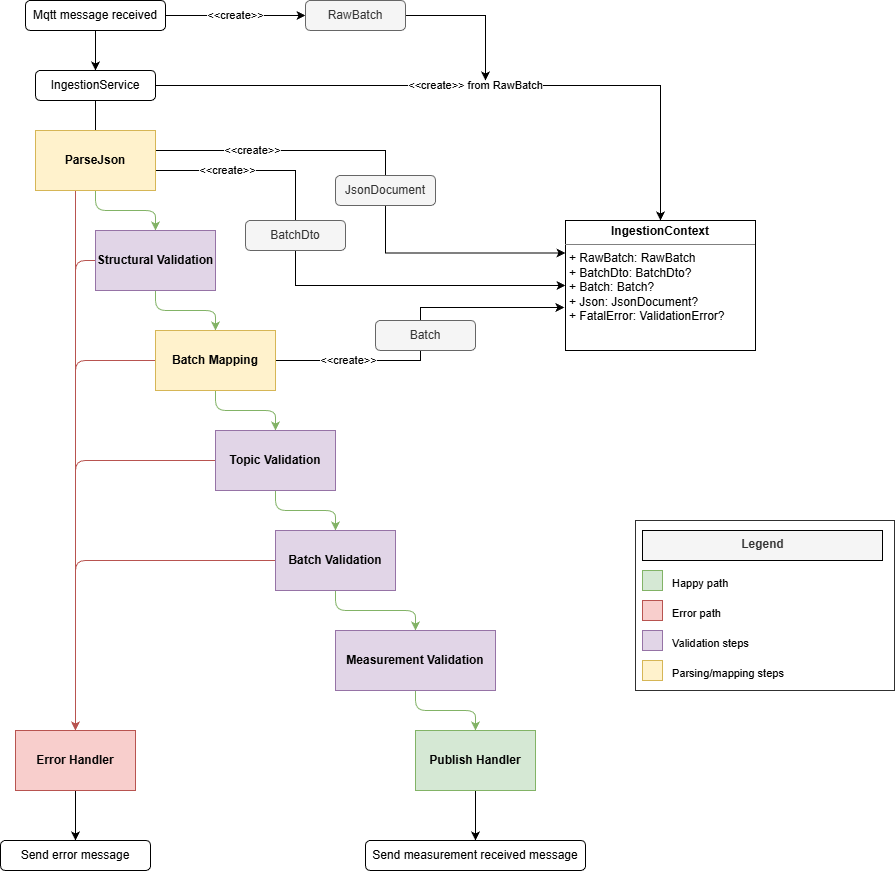
Before: docs/Ingestion/ingestion_sequence_diagram.drawio.png, a diagram exported from draw.io (AlbertPerezB/CagHome). Source tidied: cells renumbered, new cells last; positions are measured from the earlier drawing's top-left corner, leaving out a move shared by most shapes.
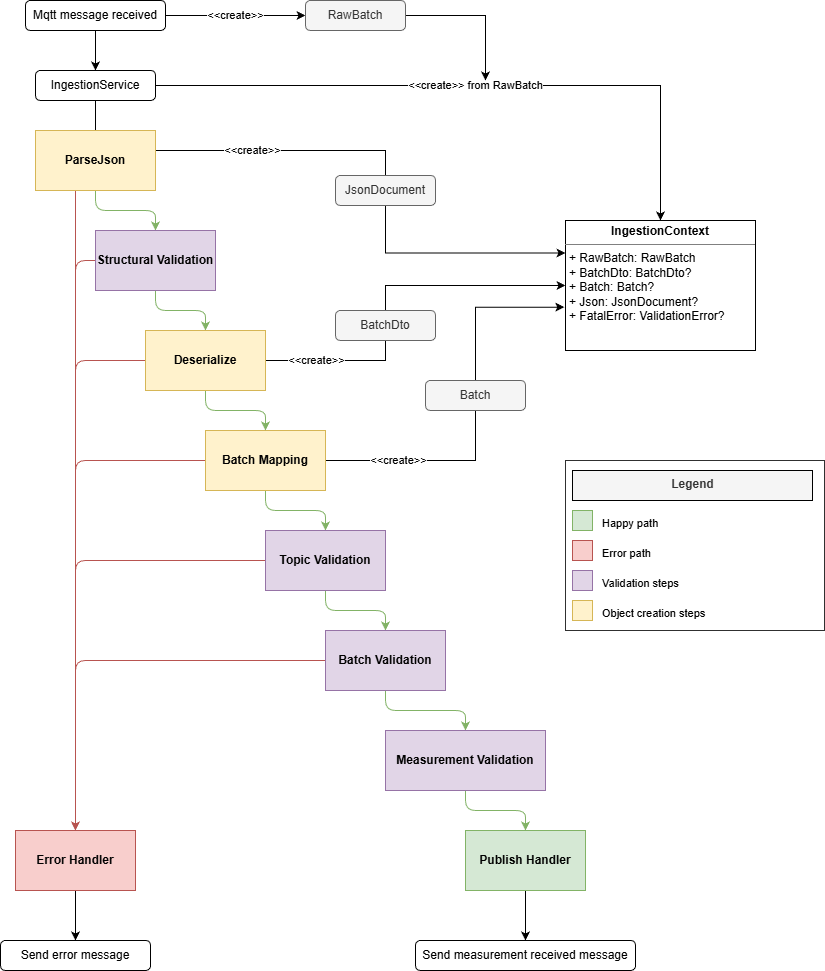
Later version of the same file.

The edit, as a diff of the source:
```diff
@@ -41,18 +41,18 @@
         </Array>
       </mxGeometry>
     </mxCell>
-    <mxCell id="11" value="&amp;lt;&amp;lt;create&amp;gt;&amp;gt;" style="edgeStyle=orthogonalEdgeStyle;rounded=0;jettySize=auto;html=1;entryX=0;entryY=0.5;entryDx=0;entryDy=0;" parent="1" edge="1" source="12" target="34">
+    <mxCell id="11" value="&amp;lt;&amp;lt;create&amp;gt;&amp;gt;" style="edgeStyle=orthogonalEdgeStyle;rounded=0;jettySize=auto;html=1;entryX=0;entryY=0.5;entryDx=0;entryDy=0;exitX=1;exitY=0.5;exitDx=0;exitDy=0;" parent="1" edge="1" source="52" target="34">
       <mxGeometry x="-0.73" relative="1" as="geometry">
         <Array as="points">
-          <mxPoint x="295" y="170" />
-          <mxPoint x="295" y="285" />
+          <mxPoint x="385" y="360" />
+          <mxPoint x="385" y="285" />
         </Array>
       </mxGeometry>
     </mxCell>
     <mxCell id="12" value="&lt;b&gt;ParseJson&lt;/b&gt;" style="rounded=0;whiteSpace=wrap;html=1;fillColor=#fff2cc;strokeColor=#d6b656;" parent="1" vertex="1">
       <mxGeometry x="35" y="130" width="120" height="60" as="geometry" />
     </mxCell>
-    <mxCell id="13" style="edgeStyle=orthogonalEdgeStyle;rounded=1;jettySize=auto;html=1;entryX=0.5;entryY=0;entryDx=0;entryDy=0;fillColor=#d5e8d4;strokeColor=#82b366;curved=0;" parent="1" edge="1" source="15" target="19">
+    <mxCell id="13" style="edgeStyle=orthogonalEdgeStyle;rounded=1;jettySize=auto;html=1;entryX=0.5;entryY=0;entryDx=0;entryDy=0;fillColor=#d5e8d4;strokeColor=#82b366;curved=0;" parent="1" edge="1" source="15" target="52">
       <mxGeometry relative="1" as="geometry" />
     </mxCell>
     <mxCell id="14" style="edgeStyle=orthogonalEdgeStyle;rounded=1;jettySize=auto;html=1;entryX=0.5;entryY=0;entryDx=0;entryDy=0;fillColor=#f8cecc;strokeColor=#b85450;curved=0;" parent="1" edge="1" source="15" target="31">
@@ -71,18 +71,16 @@
     <mxCell id="17" style="edgeStyle=orthogonalEdgeStyle;rounded=1;jettySize=auto;html=1;entryX=0.5;entryY=0;entryDx=0;entryDy=0;curved=0;fillColor=#f8cecc;strokeColor=#b85450;" parent="1" edge="1" source="19" target="31">
       <mxGeometry relative="1" as="geometry" />
     </mxCell>
-    <mxCell id="18" value="&amp;lt;&amp;lt;create&amp;gt;&amp;gt;" style="edgeStyle=orthogonalEdgeStyle;rounded=0;jettySize=auto;html=1;entryX=-0.006;entryY=0.667;entryDx=0;entryDy=0;entryPerimeter=0;" parent="1" edge="1" source="19" target="34">
-      <mxGeometry x="-0.58" relative="1" as="geometry">
+    <mxCell id="18" value="&amp;lt;&amp;lt;create&amp;gt;&amp;gt;" style="edgeStyle=orthogonalEdgeStyle;rounded=0;jettySize=auto;html=1;entryX=-0.006;entryY=0.667;entryDx=0;entryDy=0;entryPerimeter=0;exitX=1;exitY=0.5;exitDx=0;exitDy=0;" parent="1" edge="1" source="19" target="34">
+      <mxGeometry x="-0.63" relative="1" as="geometry">
         <Array as="points">
-          <mxPoint x="420" y="360" />
-          <mxPoint x="420" y="307" />
-          <mxPoint x="564" y="307" />
+          <mxPoint x="475" y="460" />
+          <mxPoint x="475" y="307" />
         </Array>
-        <mxPoint x="1" as="offset" />
       </mxGeometry>
     </mxCell>
     <mxCell id="19" value="&lt;b&gt;Batch Mapping&lt;/b&gt;" style="rounded=0;whiteSpace=wrap;html=1;fillColor=#fff2cc;strokeColor=#d6b656;" parent="1" vertex="1">
-      <mxGeometry x="155" y="330" width="120" height="60" as="geometry" />
+      <mxGeometry x="205" y="430" width="120" height="60" as="geometry" />
     </mxCell>
     <mxCell id="20" style="edgeStyle=orthogonalEdgeStyle;rounded=1;jettySize=auto;html=1;entryX=0.5;entryY=0;entryDx=0;entryDy=0;fillColor=#d5e8d4;strokeColor=#82b366;curved=0;" parent="1" edge="1" source="22" target="25">
       <mxGeometry relative="1" as="geometry" />
@@ -91,7 +89,7 @@
       <mxGeometry relative="1" as="geometry" />
     </mxCell>
     <mxCell id="22" value="&lt;b&gt;Topic Validation&lt;/b&gt;" style="rounded=0;whiteSpace=wrap;html=1;fillColor=#e1d5e7;strokeColor=#9673a6;" parent="1" vertex="1">
-      <mxGeometry x="215" y="430" width="120" height="60" as="geometry" />
+      <mxGeometry x="265" y="530" width="120" height="60" as="geometry" />
     </mxCell>
     <mxCell id="23" style="edgeStyle=orthogonalEdgeStyle;rounded=1;jettySize=auto;html=1;entryX=0.5;entryY=0;entryDx=0;entryDy=0;fillColor=#d5e8d4;strokeColor=#82b366;curved=0;" parent="1" edge="1" source="25" target="27">
       <mxGeometry relative="1" as="geometry" />
@@ -100,33 +98,33 @@
       <mxGeometry relative="1" as="geometry" />
     </mxCell>
     <mxCell id="25" value="&lt;b&gt;Batch Validation&lt;/b&gt;" style="rounded=0;whiteSpace=wrap;html=1;fillColor=#e1d5e7;strokeColor=#9673a6;" parent="1" vertex="1">
-      <mxGeometry x="275" y="530" width="120" height="60" as="geometry" />
+      <mxGeometry x="325" y="630" width="120" height="60" as="geometry" />
     </mxCell>
     <mxCell id="26" style="edgeStyle=orthogonalEdgeStyle;rounded=1;jettySize=auto;html=1;entryX=0.5;entryY=0;entryDx=0;entryDy=0;fillColor=#d5e8d4;strokeColor=#82b366;curved=0;" parent="1" edge="1" source="27" target="29">
       <mxGeometry relative="1" as="geometry" />
     </mxCell>
     <mxCell id="27" value="&lt;b&gt;Measurement Validation&lt;/b&gt;" style="rounded=0;whiteSpace=wrap;html=1;fillColor=#e1d5e7;strokeColor=#9673a6;" parent="1" vertex="1">
-      <mxGeometry x="335" y="630" width="160" height="60" as="geometry" />
+      <mxGeometry x="385" y="730" width="160" height="60" as="geometry" />
     </mxCell>
     <mxCell id="28" style="edgeStyle=orthogonalEdgeStyle;rounded=0;jettySize=auto;html=1;" parent="1" edge="1" source="29">
       <mxGeometry relative="1" as="geometry">
-        <mxPoint x="475" y="840" as="targetPoint" />
+        <mxPoint x="525" y="940" as="targetPoint" />
       </mxGeometry>
     </mxCell>
     <mxCell id="29" value="&lt;b&gt;Publish Handler&lt;/b&gt;" style="rounded=0;whiteSpace=wrap;html=1;fillColor=#d5e8d4;strokeColor=#82b366;" parent="1" vertex="1">
-      <mxGeometry x="415" y="730" width="120" height="60" as="geometry" />
+      <mxGeometry x="465" y="830" width="120" height="60" as="geometry" />
     </mxCell>
     <mxCell id="30" style="edgeStyle=orthogonalEdgeStyle;rounded=0;jettySize=auto;html=1;entryX=0.5;entryY=0;entryDx=0;entryDy=0;" parent="1" edge="1" source="31" target="33">
       <mxGeometry relative="1" as="geometry" />
     </mxCell>
     <mxCell id="31" value="&lt;b&gt;Error Handler&lt;/b&gt;" style="rounded=0;whiteSpace=wrap;html=1;fillColor=#f8cecc;strokeColor=#b85450;" parent="1" vertex="1">
-      <mxGeometry x="15" y="730" width="120" height="60" as="geometry" />
+      <mxGeometry x="15" y="830" width="120" height="60" as="geometry" />
     </mxCell>
     <mxCell id="32" value="Send measurement received message" style="rounded=1;whiteSpace=wrap;html=1;" parent="1" vertex="1">
-      <mxGeometry x="365" y="840" width="220" height="30" as="geometry" />
+      <mxGeometry x="415" y="940" width="220" height="30" as="geometry" />
     </mxCell>
     <mxCell id="33" value="Send error message" style="rounded=1;whiteSpace=wrap;html=1;" parent="1" vertex="1">
-      <mxGeometry y="840" width="150" height="30" as="geometry" />
+      <mxGeometry y="940" width="150" height="30" as="geometry" />
     </mxCell>
     <mxCell id="34" value="&lt;p style=&quot;margin:0px;margin-top:4px;text-align:center;&quot;&gt;&lt;b&gt;IngestionContext&lt;/b&gt;&lt;/p&gt;&lt;hr size=&quot;1&quot; style=&quot;border-style:solid;&quot;&gt;&lt;p style=&quot;margin:0px;margin-left:4px;&quot;&gt;&lt;/p&gt;&lt;p style=&quot;margin:0px;margin-left:4px;&quot;&gt;+ RawBatch: RawBatch&lt;/p&gt;&lt;p style=&quot;margin:0px;margin-left:4px;&quot;&gt;+ BatchDto: BatchDto?&lt;/p&gt;&lt;p style=&quot;margin:0px;margin-left:4px;&quot;&gt;+ Batch: Batch?&lt;/p&gt;&lt;p style=&quot;margin:0px;margin-left:4px;&quot;&gt;+ Json: JsonDocument?&lt;/p&gt;&lt;p style=&quot;margin:0px;margin-left:4px;&quot;&gt;&lt;span style=&quot;background-color: transparent;&quot;&gt;+ FatalError: ValidationError?&lt;/span&gt;&lt;/p&gt;" style="verticalAlign=top;align=left;overflow=fill;html=1;whiteSpace=wrap;" parent="1" vertex="1">
       <mxGeometry x="565" y="220" width="190" height="130" as="geometry" />
@@ -143,40 +141,49 @@
       <mxGeometry x="335" y="175" width="100" height="30" as="geometry" />
     </mxCell>
     <mxCell id="38" value="Batch" style="rounded=1;whiteSpace=wrap;html=1;fillColor=#f5f5f5;fontColor=#333333;strokeColor=#666666;" parent="1" vertex="1">
-      <mxGeometry x="375" y="320" width="100" height="30" as="geometry" />
+      <mxGeometry x="425" y="380" width="100" height="30" as="geometry" />
     </mxCell>
     <mxCell id="39" value="BatchDto" style="rounded=1;whiteSpace=wrap;html=1;fillColor=#f5f5f5;fontColor=#333333;strokeColor=#666666;" parent="1" vertex="1">
-      <mxGeometry x="245" y="220" width="100" height="30" as="geometry" />
+      <mxGeometry x="335" y="310" width="100" height="30" as="geometry" />
     </mxCell>
     <mxCell id="40" style="rounded=0;whiteSpace=wrap;html=1;align=left;verticalAlign=middle;fontFamily=Helvetica;fontSize=12;opacity=81;" parent="1" vertex="1">
-      <mxGeometry x="635" y="520" width="259" height="170" as="geometry" />
+      <mxGeometry x="565" y="460" width="259" height="170" as="geometry" />
     </mxCell>
     <mxCell id="41" value="&lt;b&gt;Legend&lt;/b&gt;" style="text;html=1;strokeColor=#000000;fillColor=#f5f5f5;align=center;fontSize=12;fontColor=#333333;" parent="1" vertex="1">
-      <mxGeometry x="642" y="530" width="240" height="30" as="geometry" />
+      <mxGeometry x="572" y="470" width="240" height="30" as="geometry" />
     </mxCell>
     <mxCell id="42" style="fillColor=#d5e8d4;strokeColor=#82b366;" parent="1" vertex="1">
-      <mxGeometry x="642" y="570" width="20" height="20" as="geometry" />
+      <mxGeometry x="572" y="510" width="20" height="20" as="geometry" />
     </mxCell>
     <mxCell id="43" value="Happy path" style="text;html=1;align=left;fontSize=11;" parent="1" vertex="1">
-      <mxGeometry x="670" y="570" width="80" height="20" as="geometry" />
+      <mxGeometry x="600" y="510" width="80" height="20" as="geometry" />
     </mxCell>
     <mxCell id="44" style="fillColor=#f8cecc;strokeColor=#b85450;" parent="1" vertex="1">
-      <mxGeometry x="642" y="600" width="20" height="20" as="geometry" />
+      <mxGeometry x="572" y="540" width="20" height="20" as="geometry" />
     </mxCell>
     <mxCell id="45" value="Error path" style="text;html=1;align=left;fontSize=11;" parent="1" vertex="1">
-      <mxGeometry x="670" y="600" width="120" height="20" as="geometry" />
+      <mxGeometry x="600" y="540" width="120" height="20" as="geometry" />
     </mxCell>
     <mxCell id="46" style="fillColor=#e1d5e7;strokeColor=#9673a6;" parent="1" vertex="1">
-      <mxGeometry x="642" y="630" width="20" height="20" as="geometry" />
+      <mxGeometry x="572" y="570" width="20" height="20" as="geometry" />
     </mxCell>
     <mxCell id="47" value="Validation steps" style="text;html=1;align=left;fontSize=11;" parent="1" vertex="1">
-      <mxGeometry x="670" y="630" width="120" height="20" as="geometry" />
+      <mxGeometry x="600" y="570" width="120" height="20" as="geometry" />
     </mxCell>
     <mxCell id="48" style="fillColor=#fff2cc;strokeColor=#d6b656;" parent="1" vertex="1">
-      <mxGeometry x="642" y="660" width="20" height="20" as="geometry" />
+      <mxGeometry x="572" y="600" width="20" height="20" as="geometry" />
     </mxCell>
-    <mxCell id="49" value="Parsing/mapping steps" style="text;html=1;align=left;fontSize=11;" parent="1" vertex="1">
-      <mxGeometry x="670" y="660" width="120" height="20" as="geometry" />
+    <mxCell id="49" value="Object creation steps" style="text;html=1;align=left;fontSize=11;" parent="1" vertex="1">
+      <mxGeometry x="600" y="600" width="120" height="20" as="geometry" />
     </mxCell>
+    <mxCell id="50" style="edgeStyle=orthogonalEdgeStyle;rounded=1;jettySize=auto;html=1;entryX=0.5;entryY=0;entryDx=0;entryDy=0;curved=0;fillColor=#d5e8d4;strokeColor=#82b366;" parent="1" edge="1" source="52" target="19">
+      <mxGeometry relative="1" as="geometry" />
+    </mxCell>
+    <mxCell id="51" style="edgeStyle=orthogonalEdgeStyle;rounded=1;jettySize=auto;html=1;entryX=0.5;entryY=0;entryDx=0;entryDy=0;fillColor=#f8cecc;strokeColor=#b85450;curved=0;" parent="1" edge="1" source="52" target="31">
+      <mxGeometry relative="1" as="geometry" />
+    </mxCell>
+    <mxCell id="52" value="&lt;b&gt;Deserialize&lt;/b&gt;" style="rounded=0;whiteSpace=wrap;html=1;fillColor=#fff2cc;strokeColor=#d6b656;" parent="1" vertex="1">
+      <mxGeometry x="145" y="330" width="120" height="60" as="geometry" />
+    </mxCell>
   </root>
 </mxGraphModel>
```
